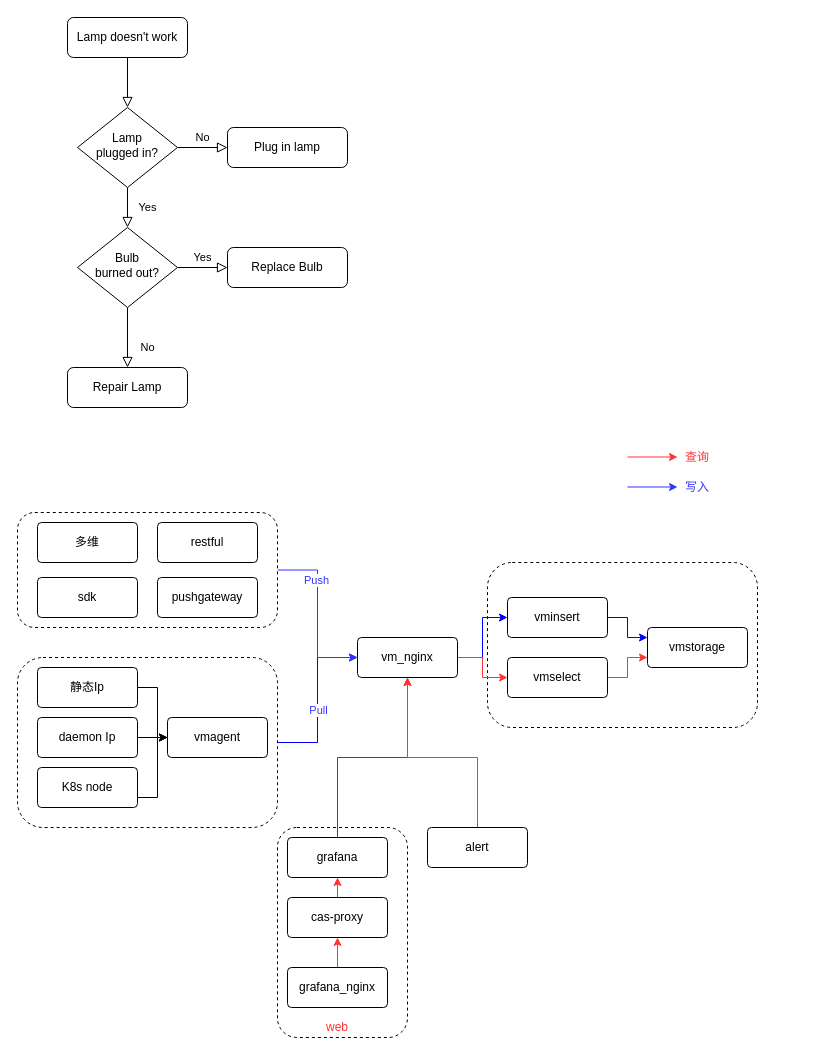
Above: Untitled Diagram.drawio in bleedfish/hello-world (draw.io), before the change. Source tidied: cells renumbered, new cells numbered last; positions are measured from the earlier drawing's top-left corner, leaving out a move shared by most shapes. Both pictures are drawn from the tidied source at 100%, with x=0, y=0 at pixel (17, 17).
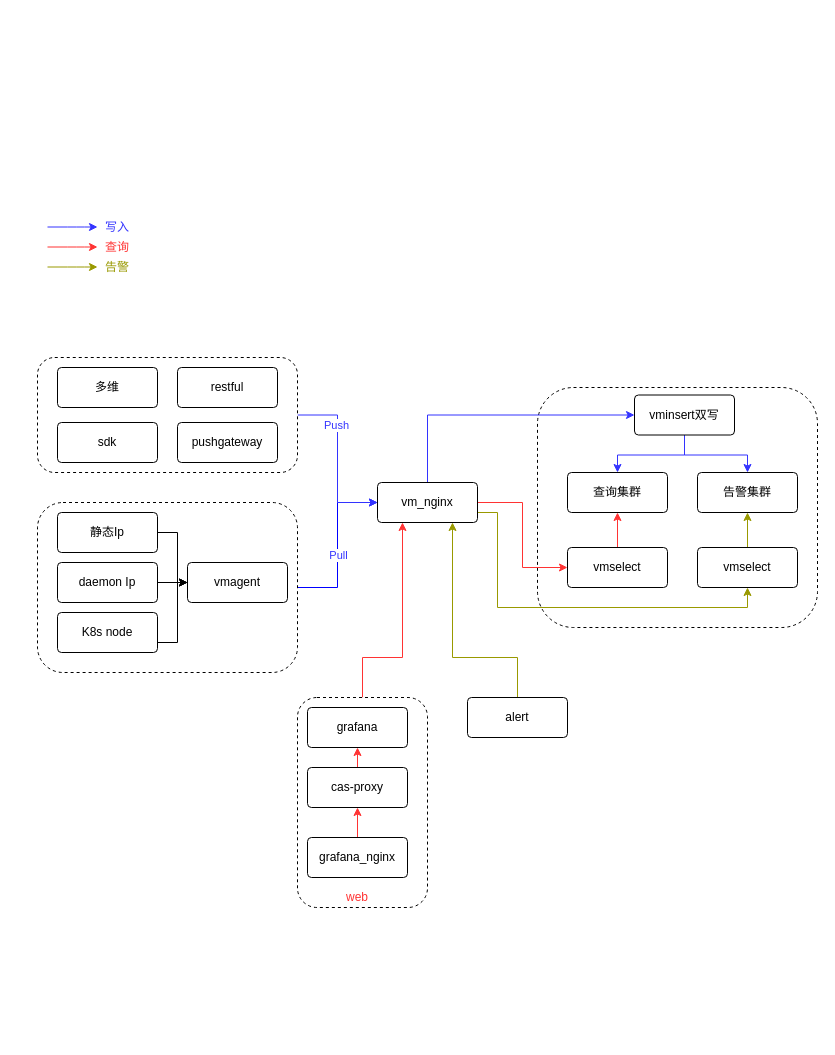
After the change.

Change to the diagram source:
```diff
@@
+    <mxCell id="53" style="edgeStyle=orthogonalEdgeStyle;rounded=0;jettySize=auto;html=1;exitX=0.5;exitY=0;exitDx=0;exitDy=0;entryX=0.25;entryY=1;entryDx=0;entryDy=0;fontColor=#0000FF;strokeColor=#FF3333;" parent="1" edge="1" source="2" target="34">
+      <mxGeometry relative="1" as="geometry">
+        <Array as="points">
+          <mxPoint x="345" y="640" />
+          <mxPoint x="385" y="640" />
+        </Array>
+      </mxGeometry>
+    </mxCell>
     <mxCell id="2" style="rounded=1;whiteSpace=wrap;html=1;dashed=1;fontColor=#3333FF;" parent="1" vertex="1">
-      <mxGeometry x="260" y="810" width="130" height="210" as="geometry" />
+      <mxGeometry x="280" y="680" width="130" height="210" as="geometry" />
     </mxCell>
     <mxCell id="3" style="rounded=1;whiteSpace=wrap;html=1;dashed=1;" parent="1" vertex="1">
-      <mxGeometry x="470" y="545" width="270" height="165" as="geometry" />
+      <mxGeometry x="520" y="370" width="280" height="240" as="geometry" />
     </mxCell>
@@
     <mxCell id="6" style="rounded=1;whiteSpace=wrap;html=1;dashed=1;" parent="1" vertex="1">
-      <mxGeometry y="640" width="260" height="170" as="geometry" />
+      <mxGeometry x="20" y="485" width="260" height="170" as="geometry" />
     </mxCell>
@@
     <mxCell id="9" style="rounded=1;whiteSpace=wrap;html=1;dashed=1;" parent="1" vertex="1">
-      <mxGeometry y="495" width="260" height="115" as="geometry" />
+      <mxGeometry x="20" y="340" width="260" height="115" as="geometry" />
     </mxCell>
-    <mxCell id="10" style="rounded=0;html=1;jettySize=auto;fontSize=11;endArrow=block;endFill=0;endSize=8;strokeWidth=1;shadow=0;labelBackgroundColor=none;edgeStyle=orthogonalEdgeStyle;" parent="1" edge="1" source="11" target="14">
-      <mxGeometry relative="1" as="geometry" />
-    </mxCell>
-    <mxCell id="11" value="Lamp doesn't work" style="rounded=1;whiteSpace=wrap;html=1;fontSize=12;glass=0;strokeWidth=1;shadow=0;" parent="1" vertex="1">
-      <mxGeometry x="50" width="120" height="40" as="geometry" />
-    </mxCell>
-    <mxCell id="12" value="Yes" style="rounded=0;html=1;jettySize=auto;fontSize=11;endArrow=block;endFill=0;endSize=8;strokeWidth=1;shadow=0;labelBackgroundColor=none;edgeStyle=orthogonalEdgeStyle;" parent="1" edge="1" source="14" target="18">
-      <mxGeometry y="20" relative="1" as="geometry" />
-    </mxCell>
-    <mxCell id="13" value="No" style="edgeStyle=orthogonalEdgeStyle;rounded=0;html=1;jettySize=auto;fontSize=11;endArrow=block;endFill=0;endSize=8;strokeWidth=1;shadow=0;labelBackgroundColor=none;" parent="1" edge="1" source="14" target="15">
-      <mxGeometry y="10" relative="1" as="geometry" />
-    </mxCell>
-    <mxCell id="14" value="Lamp&lt;br&gt;plugged in?" style="rhombus;whiteSpace=wrap;html=1;shadow=0;fontFamily=Helvetica;fontSize=12;align=center;strokeWidth=1;spacing=6;spacingTop=-4;" parent="1" vertex="1">
-      <mxGeometry x="60" y="90" width="100" height="80" as="geometry" />
-    </mxCell>
-    <mxCell id="15" value="Plug in lamp" style="rounded=1;whiteSpace=wrap;html=1;fontSize=12;glass=0;strokeWidth=1;shadow=0;" parent="1" vertex="1">
-      <mxGeometry x="210" y="110" width="120" height="40" as="geometry" />
-    </mxCell>
-    <mxCell id="16" value="No" style="rounded=0;html=1;jettySize=auto;fontSize=11;endArrow=block;endFill=0;endSize=8;strokeWidth=1;shadow=0;labelBackgroundColor=none;edgeStyle=orthogonalEdgeStyle;" parent="1" edge="1" source="18" target="19">
-      <mxGeometry x="0.33" y="20" relative="1" as="geometry" />
-    </mxCell>
-    <mxCell id="17" value="Yes" style="edgeStyle=orthogonalEdgeStyle;rounded=0;html=1;jettySize=auto;fontSize=11;endArrow=block;endFill=0;endSize=8;strokeWidth=1;shadow=0;labelBackgroundColor=none;" parent="1" edge="1" source="18" target="20">
-      <mxGeometry y="10" relative="1" as="geometry" />
-    </mxCell>
-    <mxCell id="18" value="Bulb&lt;br&gt;burned out?" style="rhombus;whiteSpace=wrap;html=1;shadow=0;fontFamily=Helvetica;fontSize=12;align=center;strokeWidth=1;spacing=6;spacingTop=-4;" parent="1" vertex="1">
-      <mxGeometry x="60" y="210" width="100" height="80" as="geometry" />
-    </mxCell>
-    <mxCell id="19" value="Repair Lamp" style="rounded=1;whiteSpace=wrap;html=1;fontSize=12;glass=0;strokeWidth=1;shadow=0;" parent="1" vertex="1">
-      <mxGeometry x="50" y="350" width="120" height="40" as="geometry" />
-    </mxCell>
-    <mxCell id="20" value="Replace Bulb" style="rounded=1;whiteSpace=wrap;html=1;fontSize=12;glass=0;strokeWidth=1;shadow=0;" parent="1" vertex="1">
-      <mxGeometry x="210" y="230" width="120" height="40" as="geometry" />
-    </mxCell>
     <mxCell id="21" value="restful" style="rounded=1;arcSize=10;whiteSpace=wrap;html=1;align=center;" parent="1" vertex="1">
-      <mxGeometry x="140" y="505" width="100" height="40" as="geometry" />
+      <mxGeometry x="160" y="350" width="100" height="40" as="geometry" />
     </mxCell>
     <mxCell id="22" value="pushgateway" style="rounded=1;arcSize=10;whiteSpace=wrap;html=1;align=center;" parent="1" vertex="1">
-      <mxGeometry x="140" y="560" width="100" height="40" as="geometry" />
+      <mxGeometry x="160" y="405" width="100" height="40" as="geometry" />
     </mxCell>
     <mxCell id="23" value="vmagent" style="rounded=1;arcSize=10;whiteSpace=wrap;html=1;align=center;" parent="1" vertex="1">
-      <mxGeometry x="150" y="700" width="100" height="40" as="geometry" />
+      <mxGeometry x="170" y="545" width="100" height="40" as="geometry" />
     </mxCell>
     <mxCell id="24" value="sdk" style="rounded=1;arcSize=10;whiteSpace=wrap;html=1;align=center;" parent="1" vertex="1">
-      <mxGeometry x="20" y="560" width="100" height="40" as="geometry" />
+      <mxGeometry x="40" y="405" width="100" height="40" as="geometry" />
     </mxCell>
     <mxCell id="25" value="多维" style="rounded=1;arcSize=10;whiteSpace=wrap;html=1;align=center;" parent="1" vertex="1">
-      <mxGeometry x="20" y="505" width="100" height="40" as="geometry" />
+      <mxGeometry x="40" y="350" width="100" height="40" as="geometry" />
     </mxCell>
     <mxCell id="26" style="edgeStyle=orthogonalEdgeStyle;rounded=0;jettySize=auto;html=1;exitX=1;exitY=0.5;exitDx=0;exitDy=0;entryX=0;entryY=0.5;entryDx=0;entryDy=0;" parent="1" edge="1" source="27" target="23">
       <mxGeometry relative="1" as="geometry">
         <Array as="points">
-          <mxPoint x="140" y="670" />
-          <mxPoint x="140" y="720" />
+          <mxPoint x="160" y="515" />
+          <mxPoint x="160" y="565" />
         </Array>
       </mxGeometry>
     </mxCell>
     <mxCell id="27" value="静态Ip" style="rounded=1;arcSize=10;whiteSpace=wrap;html=1;align=center;" parent="1" vertex="1">
-      <mxGeometry x="20" y="650" width="100" height="40" as="geometry" />
+      <mxGeometry x="40" y="495" width="100" height="40" as="geometry" />
     </mxCell>
     <mxCell id="28" style="edgeStyle=orthogonalEdgeStyle;rounded=0;jettySize=auto;html=1;exitX=1;exitY=0.5;exitDx=0;exitDy=0;" parent="1" edge="1" source="29">
       <mxGeometry relative="1" as="geometry">
-        <mxPoint x="150" y="720" as="targetPoint" />
+        <mxPoint x="170" y="565" as="targetPoint" />
       </mxGeometry>
     </mxCell>
     <mxCell id="29" value="daemon Ip" style="rounded=1;arcSize=10;whiteSpace=wrap;html=1;align=center;" parent="1" vertex="1">
-      <mxGeometry x="20" y="700" width="100" height="40" as="geometry" />
+      <mxGeometry x="40" y="545" width="100" height="40" as="geometry" />
     </mxCell>
     <mxCell id="30" style="edgeStyle=orthogonalEdgeStyle;rounded=0;jettySize=auto;html=1;exitX=1;exitY=0.5;exitDx=0;exitDy=0;entryX=0;entryY=0.5;entryDx=0;entryDy=0;" parent="1" edge="1" source="31" target="23">
       <mxGeometry relative="1" as="geometry">
         <Array as="points">
-          <mxPoint x="140" y="780" />
-          <mxPoint x="140" y="720" />
+          <mxPoint x="160" y="625" />
+          <mxPoint x="160" y="565" />
         </Array>
       </mxGeometry>
     </mxCell>
     <mxCell id="31" value="K8s node" style="rounded=1;arcSize=10;whiteSpace=wrap;html=1;align=center;" parent="1" vertex="1">
-      <mxGeometry x="20" y="750" width="100" height="40" as="geometry" />
+      <mxGeometry x="40" y="595" width="100" height="40" as="geometry" />
     </mxCell>
-    <mxCell id="32" style="edgeStyle=orthogonalEdgeStyle;rounded=0;jettySize=auto;html=1;exitX=1;exitY=0.5;exitDx=0;exitDy=0;strokeColor=#0000FF;" parent="1" edge="1" source="34" target="36">
+    <mxCell id="32" style="edgeStyle=orthogonalEdgeStyle;rounded=0;jettySize=auto;html=1;entryX=0;entryY=0.5;entryDx=0;entryDy=0;fontColor=#0000FF;strokeColor=#3333FF;exitX=0.5;exitY=0;exitDx=0;exitDy=0;" parent="1" edge="1" source="34" target="36">
       <mxGeometry relative="1" as="geometry" />
     </mxCell>
+    <mxCell id="54" style="edgeStyle=orthogonalEdgeStyle;rounded=0;jettySize=auto;html=1;exitX=1;exitY=0.5;exitDx=0;exitDy=0;entryX=0;entryY=0.5;entryDx=0;entryDy=0;fontColor=#0000FF;strokeColor=#FF3333;" parent="1" edge="1" source="34" target="61">
+      <mxGeometry relative="1" as="geometry" />
+    </mxCell>
-    <mxCell id="33" style="edgeStyle=orthogonalEdgeStyle;rounded=0;jettySize=auto;html=1;exitX=1;exitY=0.5;exitDx=0;exitDy=0;strokeColor=#FF3333;" parent="1" edge="1" source="34" target="39">
-      <mxGeometry relative="1" as="geometry" />
+    <mxCell id="33" style="edgeStyle=orthogonalEdgeStyle;rounded=0;jettySize=auto;html=1;exitX=1;exitY=0.75;exitDx=0;exitDy=0;entryX=0.5;entryY=1;entryDx=0;entryDy=0;fontColor=#0000FF;strokeColor=#999900;" parent="1" edge="1" source="34" target="39">
+      <mxGeometry relative="1" as="geometry">
+        <Array as="points">
+          <mxPoint x="480" y="495" />
+          <mxPoint x="480" y="590" />
+          <mxPoint x="730" y="590" />
+        </Array>
+      </mxGeometry>
     </mxCell>
     <mxCell id="34" value="vm_nginx" style="rounded=1;arcSize=10;whiteSpace=wrap;html=1;align=center;" parent="1" vertex="1">
-      <mxGeometry x="340" y="620" width="100" height="40" as="geometry" />
+      <mxGeometry x="360" y="465" width="100" height="40" as="geometry" />
     </mxCell>
+    <mxCell id="55" style="edgeStyle=orthogonalEdgeStyle;rounded=0;jettySize=auto;html=1;exitX=0.5;exitY=1;exitDx=0;exitDy=0;fontColor=#0000FF;strokeColor=#3333FF;" parent="1" edge="1" source="36" target="57">
+      <mxGeometry relative="1" as="geometry" />
+    </mxCell>
-    <mxCell id="35" style="edgeStyle=orthogonalEdgeStyle;rounded=0;jettySize=auto;html=1;exitX=1;exitY=0.5;exitDx=0;exitDy=0;entryX=0;entryY=0.25;entryDx=0;entryDy=0;strokeColor=#0000FF;" parent="1" edge="1" source="36" target="37">
+    <mxCell id="35" style="edgeStyle=orthogonalEdgeStyle;rounded=0;jettySize=auto;html=1;exitX=0.5;exitY=1;exitDx=0;exitDy=0;fontColor=#0000FF;strokeColor=#3333FF;" parent="1" edge="1" source="36" target="37">
       <mxGeometry relative="1" as="geometry" />
     </mxCell>
-    <mxCell id="36" value="vminsert" style="rounded=1;arcSize=10;whiteSpace=wrap;html=1;align=center;" parent="1" vertex="1">
-      <mxGeometry x="490" y="580" width="100" height="40" as="geometry" />
+    <mxCell id="36" value="vminsert双写" style="rounded=1;arcSize=10;whiteSpace=wrap;html=1;align=center;" parent="1" vertex="1">
+      <mxGeometry x="617" y="377.5" width="100" height="40" as="geometry" />
     </mxCell>
-    <mxCell id="37" value="vmstorage" style="rounded=1;arcSize=10;whiteSpace=wrap;html=1;align=center;" parent="1" vertex="1">
-      <mxGeometry x="630" y="610" width="100" height="40" as="geometry" />
+    <mxCell id="37" value="查询集群" style="rounded=1;arcSize=10;whiteSpace=wrap;html=1;align=center;" parent="1" vertex="1">
+      <mxGeometry x="550" y="455" width="100" height="40" as="geometry" />
     </mxCell>
-    <mxCell id="38" style="edgeStyle=orthogonalEdgeStyle;rounded=0;jettySize=auto;html=1;exitX=1;exitY=0.5;exitDx=0;exitDy=0;strokeColor=#FF3333;" parent="1" edge="1" source="39" target="37">
-      <mxGeometry relative="1" as="geometry">
-        <Array as="points">
-          <mxPoint x="610" y="660" />
-          <mxPoint x="610" y="640" />
-        </Array>
-      </mxGeometry>
-    </mxCell>
+    <mxCell id="56" style="edgeStyle=orthogonalEdgeStyle;rounded=0;jettySize=auto;html=1;exitX=0.5;exitY=0;exitDx=0;exitDy=0;fontColor=#0000FF;strokeColor=#999900;" parent="1" edge="1" source="39" target="57">
+      <mxGeometry relative="1" as="geometry" />
+    </mxCell>
     <mxCell id="39" value="vmselect" style="rounded=1;arcSize=10;whiteSpace=wrap;html=1;align=center;" parent="1" vertex="1">
-      <mxGeometry x="490" y="640" width="100" height="40" as="geometry" />
+      <mxGeometry x="680" y="530" width="100" height="40" as="geometry" />
     </mxCell>
@@
     <mxCell id="41" value="cas-proxy" style="rounded=1;arcSize=10;whiteSpace=wrap;html=1;align=center;" parent="1" vertex="1">
-      <mxGeometry x="270" y="880" width="100" height="40" as="geometry" />
+      <mxGeometry x="290" y="750" width="100" height="40" as="geometry" />
     </mxCell>
@@
     <mxCell id="43" value="grafana_nginx" style="rounded=1;arcSize=10;whiteSpace=wrap;html=1;align=center;" parent="1" vertex="1">
-      <mxGeometry x="270" y="950" width="100" height="40" as="geometry" />
+      <mxGeometry x="290" y="820" width="100" height="40" as="geometry" />
     </mxCell>
-    <mxCell id="44" style="edgeStyle=orthogonalEdgeStyle;rounded=0;jettySize=auto;html=1;exitX=0.5;exitY=0;exitDx=0;exitDy=0;entryX=0.5;entryY=1;entryDx=0;entryDy=0;strokeColor=#FF0000;" parent="1" edge="1" source="45" target="34">
-      <mxGeometry relative="1" as="geometry" />
-    </mxCell>
     <mxCell id="45" value="grafana" style="rounded=1;arcSize=10;whiteSpace=wrap;html=1;align=center;" parent="1" vertex="1">
-      <mxGeometry x="270" y="820" width="100" height="40" as="geometry" />
+      <mxGeometry x="290" y="690" width="100" height="40" as="geometry" />
     </mxCell>
     <mxCell id="46" style="endArrow=classic;html=1;fontColor=#3333FF;strokeColor=#FF3333;" parent="1" edge="1">
       <mxGeometry relative="1" as="geometry">
-        <mxPoint x="610" y="439.5" as="sourcePoint" />
-        <mxPoint x="660" y="439.5" as="targetPoint" />
+        <mxPoint x="30" y="229.5" as="sourcePoint" />
+        <mxPoint x="80" y="229.5" as="targetPoint" />
         <Array as="points">
-          <mxPoint x="640" y="439.5" />
+          <mxPoint x="60" y="229.5" />
         </Array>
       </mxGeometry>
     </mxCell>
     <mxCell id="47" value="查询" style="text;html=1;strokeColor=none;fillColor=none;align=center;verticalAlign=middle;whiteSpace=wrap;rounded=0;dashed=1;fontColor=#FF3333;" parent="1" vertex="1">
-      <mxGeometry x="660" y="430" width="40" height="20" as="geometry" />
+      <mxGeometry x="80" y="220" width="40" height="20" as="geometry" />
     </mxCell>
     <mxCell id="48" style="endArrow=classic;html=1;fontColor=#3333FF;strokeColor=#3333FF;" parent="1" edge="1">
       <mxGeometry relative="1" as="geometry">
-        <mxPoint x="610" y="469.5" as="sourcePoint" />
-        <mxPoint x="660" y="469.5" as="targetPoint" />
+        <mxPoint x="30" y="209.5" as="sourcePoint" />
+        <mxPoint x="80" y="209.5" as="targetPoint" />
         <Array as="points">
-          <mxPoint x="640" y="469.5" />
+          <mxPoint x="60" y="209.5" />
         </Array>
       </mxGeometry>
     </mxCell>
     <mxCell id="49" value="写入" style="text;html=1;strokeColor=none;fillColor=none;align=center;verticalAlign=middle;whiteSpace=wrap;rounded=0;dashed=1;fontColor=#3333FF;" parent="1" vertex="1">
-      <mxGeometry x="660" y="460" width="40" height="20" as="geometry" />
+      <mxGeometry x="80" y="200" width="40" height="20" as="geometry" />
     </mxCell>
-    <mxCell id="50" style="edgeStyle=orthogonalEdgeStyle;rounded=0;jettySize=auto;html=1;exitX=0.5;exitY=0;exitDx=0;exitDy=0;entryX=0.5;entryY=1;entryDx=0;entryDy=0;fontColor=#FF3333;strokeColor=#FF3333;" parent="1" edge="1" source="51" target="34">
+    <mxCell id="50" style="edgeStyle=orthogonalEdgeStyle;rounded=0;jettySize=auto;html=1;exitX=0.5;exitY=0;exitDx=0;exitDy=0;entryX=0.75;entryY=1;entryDx=0;entryDy=0;fontColor=#0000FF;strokeColor=#999900;" parent="1" edge="1" source="51" target="34">
       <mxGeometry relative="1" as="geometry">
         <Array as="points">
-          <mxPoint x="460" y="740" />
-          <mxPoint x="390" y="740" />
+          <mxPoint x="500" y="640" />
+          <mxPoint x="435" y="640" />
         </Array>
       </mxGeometry>
     </mxCell>
     <mxCell id="51" value="alert" style="rounded=1;arcSize=10;whiteSpace=wrap;html=1;align=center;" parent="1" vertex="1">
-      <mxGeometry x="410" y="810" width="100" height="40" as="geometry" />
+      <mxGeometry x="450" y="680" width="100" height="40" as="geometry" />
     </mxCell>
     <mxCell id="52" value="web" style="text;html=1;strokeColor=none;fillColor=none;align=center;verticalAlign=middle;whiteSpace=wrap;rounded=0;dashed=1;fontColor=#FF3333;" parent="1" vertex="1">
-      <mxGeometry x="300" y="1000" width="40" height="20" as="geometry" />
+      <mxGeometry x="320" y="870" width="40" height="20" as="geometry" />
     </mxCell>
+    <mxCell id="57" value="告警集群" style="rounded=1;arcSize=10;whiteSpace=wrap;html=1;align=center;" parent="1" vertex="1">
+      <mxGeometry x="680" y="455" width="100" height="40" as="geometry" />
+    </mxCell>
+    <mxCell id="58" style="endArrow=classic;html=1;fontColor=#FFFF66;strokeColor=#999900;" parent="1" edge="1">
+      <mxGeometry relative="1" as="geometry">
+        <mxPoint x="30" y="249.5" as="sourcePoint" />
+        <mxPoint x="80" y="249.5" as="targetPoint" />
+        <Array as="points">
+          <mxPoint x="60" y="249.5" />
+        </Array>
+      </mxGeometry>
+    </mxCell>
+    <mxCell id="59" value="告警" style="text;html=1;strokeColor=none;fillColor=none;align=center;verticalAlign=middle;whiteSpace=wrap;rounded=0;dashed=1;fontColor=#999900;" parent="1" vertex="1">
+      <mxGeometry x="80" y="240" width="40" height="20" as="geometry" />
+    </mxCell>
+    <mxCell id="60" style="edgeStyle=orthogonalEdgeStyle;rounded=0;jettySize=auto;html=1;exitX=0.5;exitY=0;exitDx=0;exitDy=0;entryX=0.5;entryY=1;entryDx=0;entryDy=0;fontColor=#0000FF;strokeColor=#FF3333;" parent="1" edge="1" source="61" target="37">
+      <mxGeometry relative="1" as="geometry" />
+    </mxCell>
+    <mxCell id="61" value="vmselect" style="rounded=1;arcSize=10;whiteSpace=wrap;html=1;align=center;" parent="1" vertex="1">
+      <mxGeometry x="550" y="530" width="100" height="40" as="geometry" />
+    </mxCell>
```
